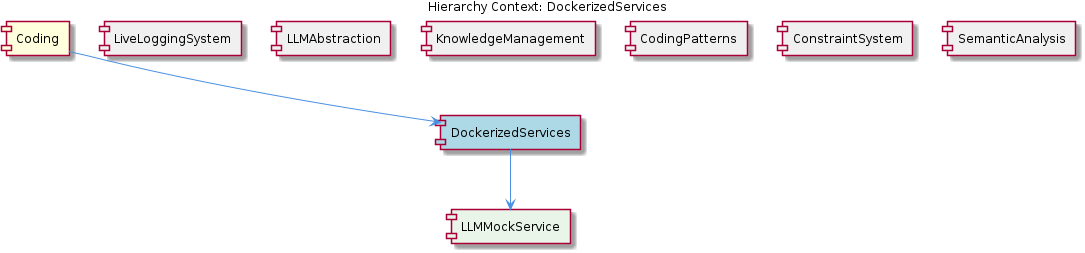
Earlier version of the PlantUML export knowledge-management/insights/images/dockerized-services-relationship.png (fwornle/coding). Its source is kept beside it as .data/knowledge-graph/insights/puml/dockerized-services-relationship.puml.
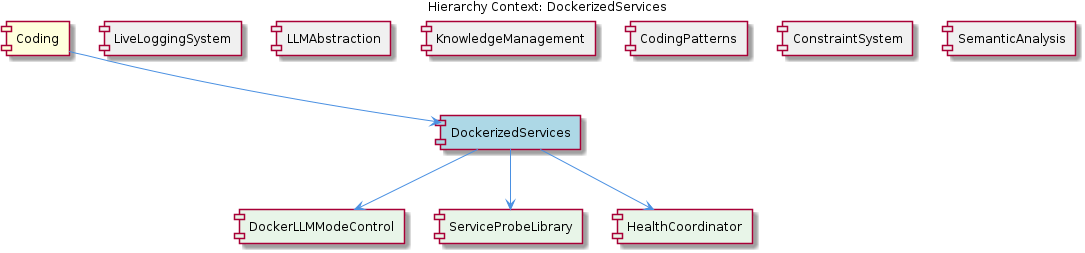
The same file after the commit.

Change to the diagram source:
```diff
@@ -11,7 +11,9 @@
 [CodingPatterns] as coding_patterns #F0F0F0
 [ConstraintSystem] as constraint_system #F0F0F0
 [SemanticAnalysis] as semantic_analysis #F0F0F0
-[LLMMockService] as llmmock_service #E8F5E8
+[DockerLLMModeControl] as docker_llmmode_control #E8F5E8
+[ServiceProbeLibrary] as service_probe_library #E8F5E8
+[HealthCoordinator] as health_coordinator #E8F5E8
 
 coding --> dockerized_services
 live_logging_system -[hidden]- dockerized_services
@@ -20,6 +22,8 @@
 coding_patterns -[hidden]- dockerized_services
 constraint_system -[hidden]- dockerized_services
 semantic_analysis -[hidden]- dockerized_services
-dockerized_services --> llmmock_service
+dockerized_services --> docker_llmmode_control
+dockerized_services --> service_probe_library
+dockerized_services --> health_coordinator
 
 @enduml
```
